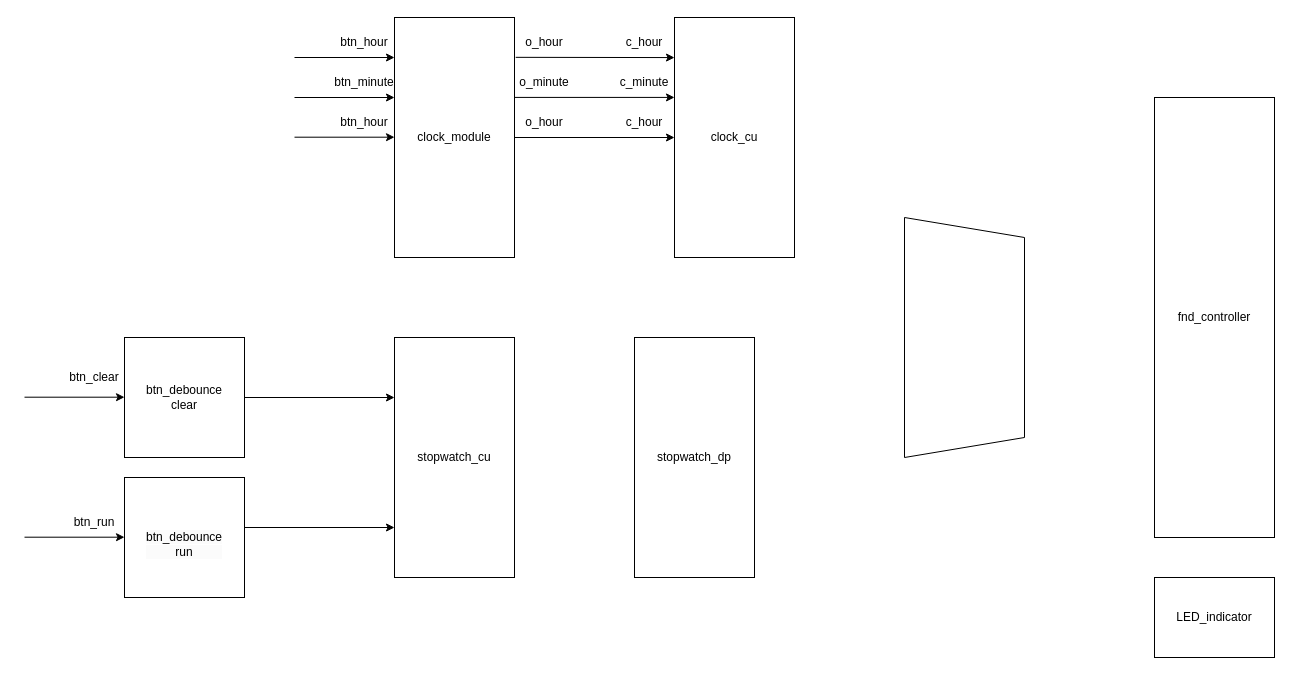
Before: stopwatch.drawio in Friday930/draw_io, a draw.io diagram. Source tidied: cells renumbered, new cells numbered last; positions are measured from the earlier drawing's top-left corner, leaving out a move shared by most shapes. Both pictures are drawn from the tidied source at 100%, with x=0, y=0 at pixel (24, 17).
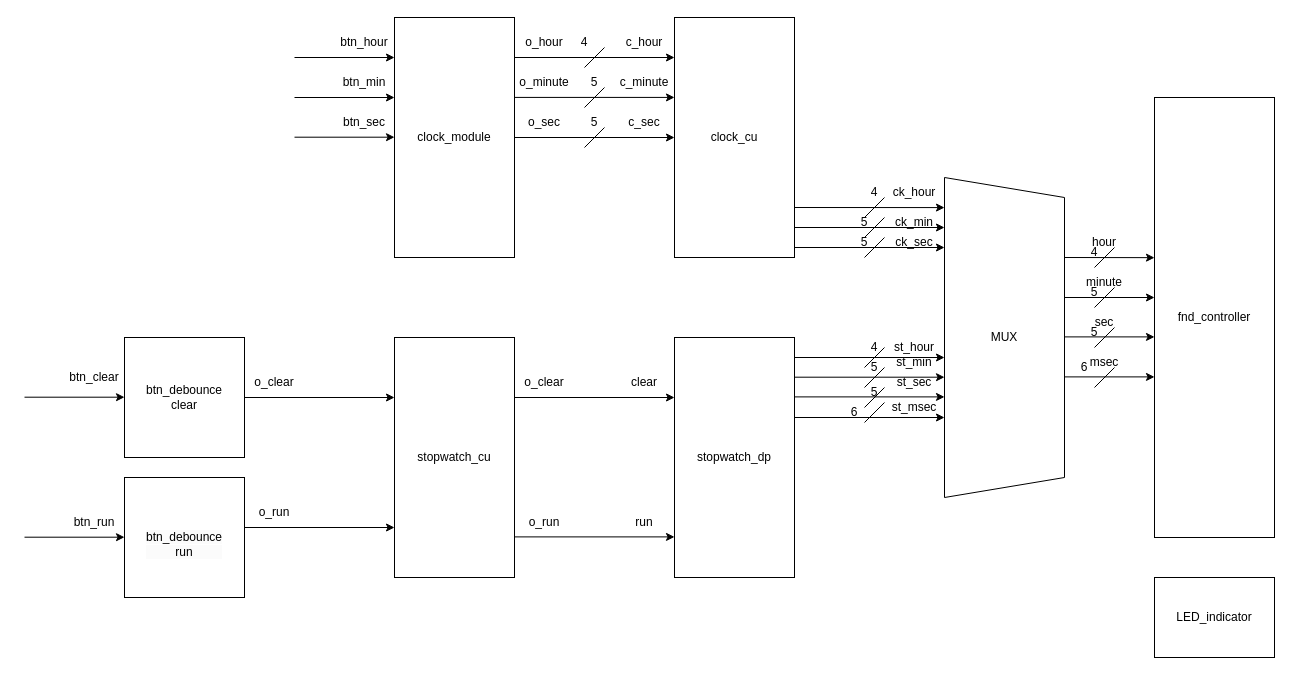
The same page after the edit.

The change refers to these unchanged cells:
```xml
<mxCell id="4" value="clock_module" style="rounded=0;whiteSpace=wrap;html=1;" parent="1" vertex="1">
  <mxGeometry x="370" width="120" height="240" as="geometry" />
</mxCell>
<mxCell id="6" value="clock_cu" style="rounded=0;whiteSpace=wrap;html=1;" parent="1" vertex="1">
  <mxGeometry x="650" width="120" height="240" as="geometry" />
</mxCell>
<mxCell id="9" value="fnd_controller" style="rounded=0;whiteSpace=wrap;html=1;" parent="1" vertex="1">
  <mxGeometry x="1130" y="80" width="120" height="440" as="geometry" />
</mxCell>
<mxCell id="29" value="c_hour" style="text;html=1;align=center;verticalAlign=middle;whiteSpace=wrap;rounded=0;" parent="1" vertex="1">
  <mxGeometry x="590" y="10" width="60" height="30" as="geometry" />
</mxCell>
```

What changed in the source:
```diff
@@
     <mxCell id="7" value="stopwatch_dp" style="rounded=0;whiteSpace=wrap;html=1;" parent="1" vertex="1">
-      <mxGeometry x="610" y="320" width="120" height="240" as="geometry" />
+      <mxGeometry x="650" y="320" width="120" height="240" as="geometry" />
     </mxCell>
     <mxCell id="8" style="shape=trapezoid;perimeter=trapezoidPerimeter;whiteSpace=wrap;html=1;fixedSize=1;rotation=90;" parent="1" vertex="1">
-      <mxGeometry x="820" y="260" width="240" height="120" as="geometry" />
+      <mxGeometry x="820" y="260" width="320" height="120" as="geometry" />
     </mxCell>
@@
-    <mxCell id="21" value="btn_minute" style="text;html=1;align=center;verticalAlign=middle;whiteSpace=wrap;rounded=0;" parent="1" vertex="1">
+    <mxCell id="21" value="btn_min" style="text;html=1;align=center;verticalAlign=middle;whiteSpace=wrap;rounded=0;" parent="1" vertex="1">
       <mxGeometry x="310" y="50" width="60" height="30" as="geometry" />
     </mxCell>
-    <mxCell id="22" value="btn_hour" style="text;html=1;align=center;verticalAlign=middle;whiteSpace=wrap;rounded=0;" parent="1" vertex="1">
+    <mxCell id="22" value="btn_sec" style="text;html=1;align=center;verticalAlign=middle;whiteSpace=wrap;rounded=0;" parent="1" vertex="1">
       <mxGeometry x="310" y="90" width="60" height="30" as="geometry" />
     </mxCell>
-    <mxCell id="23" style="endArrow=classic;html=1;rounded=0;entryX=0;entryY=0.167;entryDx=0;entryDy=0;entryPerimeter=0;exitX=1.01;exitY=0.166;exitDx=0;exitDy=0;exitPerimeter=0;" parent="1" edge="1" source="4" target="6">
-      <mxGeometry relative="1" as="geometry" />
-    </mxCell>
@@
-    <mxCell id="28" value="o_hour" style="text;html=1;align=center;verticalAlign=middle;whiteSpace=wrap;rounded=0;" parent="1" vertex="1">
+    <mxCell id="28" value="o_sec" style="text;html=1;align=center;verticalAlign=middle;whiteSpace=wrap;rounded=0;" parent="1" vertex="1">
       <mxGeometry x="490" y="90" width="60" height="30" as="geometry" />
     </mxCell>
@@
-    <mxCell id="31" value="c_hour" style="text;html=1;align=center;verticalAlign=middle;whiteSpace=wrap;rounded=0;" parent="1" vertex="1">
+    <mxCell id="31" value="c_sec" style="text;html=1;align=center;verticalAlign=middle;whiteSpace=wrap;rounded=0;" parent="1" vertex="1">
       <mxGeometry x="590" y="90" width="60" height="30" as="geometry" />
     </mxCell>
+    <mxCell id="32" value="o_clear" style="text;html=1;align=center;verticalAlign=middle;whiteSpace=wrap;rounded=0;" parent="1" vertex="1">
+      <mxGeometry x="220" y="350" width="60" height="30" as="geometry" />
+    </mxCell>
+    <mxCell id="33" value="o_run" style="text;html=1;align=center;verticalAlign=middle;whiteSpace=wrap;rounded=0;" parent="1" vertex="1">
+      <mxGeometry x="220" y="480" width="60" height="30" as="geometry" />
+    </mxCell>
+    <mxCell id="34" style="endArrow=classic;html=1;rounded=0;entryX=0;entryY=0.25;entryDx=0;entryDy=0;" parent="1" edge="1" target="7">
+      <mxGeometry relative="1" as="geometry">
+        <mxPoint x="490" y="380" as="sourcePoint" />
+      </mxGeometry>
+    </mxCell>
+    <mxCell id="35" style="endArrow=classic;html=1;rounded=0;entryX=0;entryY=0.25;entryDx=0;entryDy=0;" parent="1" edge="1">
+      <mxGeometry relative="1" as="geometry">
+        <mxPoint x="490" y="519.4" as="sourcePoint" />
+        <mxPoint x="650" y="519.4" as="targetPoint" />
+      </mxGeometry>
+    </mxCell>
+    <mxCell id="36" style="endArrow=classic;html=1;rounded=0;entryX=1;entryY=1;entryDx=0;entryDy=0;" parent="1" edge="1" target="29">
+      <mxGeometry relative="1" as="geometry">
+        <mxPoint x="490" y="40" as="sourcePoint" />
+      </mxGeometry>
+    </mxCell>
+    <mxCell id="37" value="o_clear" style="text;html=1;align=center;verticalAlign=middle;whiteSpace=wrap;rounded=0;" parent="1" vertex="1">
+      <mxGeometry x="490" y="350" width="60" height="30" as="geometry" />
+    </mxCell>
+    <mxCell id="38" value="o_run" style="text;html=1;align=center;verticalAlign=middle;whiteSpace=wrap;rounded=0;" parent="1" vertex="1">
+      <mxGeometry x="490" y="490" width="60" height="30" as="geometry" />
+    </mxCell>
+    <mxCell id="39" value="clear" style="text;html=1;align=center;verticalAlign=middle;whiteSpace=wrap;rounded=0;" parent="1" vertex="1">
+      <mxGeometry x="590" y="350" width="60" height="30" as="geometry" />
+    </mxCell>
+    <mxCell id="40" value="run" style="text;html=1;align=center;verticalAlign=middle;whiteSpace=wrap;rounded=0;" parent="1" vertex="1">
+      <mxGeometry x="590" y="490" width="60" height="30" as="geometry" />
+    </mxCell>
+    <mxCell id="41" style="endArrow=classic;html=1;rounded=0;entryX=0.094;entryY=1;entryDx=0;entryDy=0;entryPerimeter=0;" parent="1" edge="1" target="8">
+      <mxGeometry relative="1" as="geometry">
+        <mxPoint x="770" y="190" as="sourcePoint" />
+      </mxGeometry>
+    </mxCell>
+    <mxCell id="42" style="endArrow=classic;html=1;rounded=0;entryX=0.094;entryY=1;entryDx=0;entryDy=0;entryPerimeter=0;" parent="1" edge="1">
+      <mxGeometry relative="1" as="geometry">
+        <mxPoint x="770" y="210" as="sourcePoint" />
+        <mxPoint x="920" y="210" as="targetPoint" />
+      </mxGeometry>
+    </mxCell>
+    <mxCell id="43" style="endArrow=classic;html=1;rounded=0;entryX=0.094;entryY=1;entryDx=0;entryDy=0;entryPerimeter=0;" parent="1" edge="1">
+      <mxGeometry relative="1" as="geometry">
+        <mxPoint x="770" y="230" as="sourcePoint" />
+        <mxPoint x="920" y="230" as="targetPoint" />
+      </mxGeometry>
+    </mxCell>
+    <mxCell id="44" style="endArrow=classic;html=1;rounded=0;entryX=0.094;entryY=1;entryDx=0;entryDy=0;entryPerimeter=0;" parent="1" edge="1">
+      <mxGeometry relative="1" as="geometry">
+        <mxPoint x="770" y="340" as="sourcePoint" />
+        <mxPoint x="920" y="340" as="targetPoint" />
+      </mxGeometry>
+    </mxCell>
+    <mxCell id="45" style="endArrow=classic;html=1;rounded=0;entryX=0.094;entryY=1;entryDx=0;entryDy=0;entryPerimeter=0;" parent="1" edge="1">
+      <mxGeometry relative="1" as="geometry">
+        <mxPoint x="770" y="359.7" as="sourcePoint" />
+        <mxPoint x="920" y="359.7" as="targetPoint" />
+      </mxGeometry>
+    </mxCell>
+    <mxCell id="46" style="endArrow=classic;html=1;rounded=0;entryX=0.094;entryY=1;entryDx=0;entryDy=0;entryPerimeter=0;" parent="1" edge="1">
+      <mxGeometry relative="1" as="geometry">
+        <mxPoint x="770" y="379.4" as="sourcePoint" />
+        <mxPoint x="920" y="379.4" as="targetPoint" />
+      </mxGeometry>
+    </mxCell>
+    <mxCell id="47" style="endArrow=classic;html=1;rounded=0;entryX=0.094;entryY=1;entryDx=0;entryDy=0;entryPerimeter=0;" parent="1" edge="1">
+      <mxGeometry relative="1" as="geometry">
+        <mxPoint x="770" y="400" as="sourcePoint" />
+        <mxPoint x="920" y="400" as="targetPoint" />
+      </mxGeometry>
+    </mxCell>
+    <mxCell id="48" value="ck_hour" style="text;html=1;align=center;verticalAlign=middle;whiteSpace=wrap;rounded=0;" parent="1" vertex="1">
+      <mxGeometry x="860" y="160" width="60" height="30" as="geometry" />
+    </mxCell>
+    <mxCell id="49" value="ck_min" style="text;html=1;align=center;verticalAlign=middle;whiteSpace=wrap;rounded=0;" parent="1" vertex="1">
+      <mxGeometry x="860" y="190" width="60" height="30" as="geometry" />
+    </mxCell>
+    <mxCell id="50" value="ck_sec" style="text;html=1;align=center;verticalAlign=middle;whiteSpace=wrap;rounded=0;" parent="1" vertex="1">
+      <mxGeometry x="860" y="210" width="60" height="30" as="geometry" />
+    </mxCell>
+    <mxCell id="51" value="st_hour" style="text;html=1;align=center;verticalAlign=middle;whiteSpace=wrap;rounded=0;" parent="1" vertex="1">
+      <mxGeometry x="860" y="315" width="60" height="30" as="geometry" />
+    </mxCell>
+    <mxCell id="52" value="st_min" style="text;html=1;align=center;verticalAlign=middle;whiteSpace=wrap;rounded=0;" parent="1" vertex="1">
+      <mxGeometry x="860" y="330" width="60" height="30" as="geometry" />
+    </mxCell>
+    <mxCell id="53" value="st_sec" style="text;html=1;align=center;verticalAlign=middle;whiteSpace=wrap;rounded=0;" parent="1" vertex="1">
+      <mxGeometry x="860" y="350" width="60" height="30" as="geometry" />
+    </mxCell>
+    <mxCell id="54" value="st_msec" style="text;html=1;align=center;verticalAlign=middle;whiteSpace=wrap;rounded=0;" parent="1" vertex="1">
+      <mxGeometry x="860" y="375" width="60" height="30" as="geometry" />
+    </mxCell>
+    <mxCell id="55" value="MUX" style="text;html=1;align=center;verticalAlign=middle;whiteSpace=wrap;rounded=0;" parent="1" vertex="1">
+      <mxGeometry x="950" y="305" width="60" height="30" as="geometry" />
+    </mxCell>
+    <mxCell id="56" style="endArrow=classic;html=1;rounded=0;entryX=0;entryY=0.364;entryDx=0;entryDy=0;entryPerimeter=0;" parent="1" edge="1" target="9">
+      <mxGeometry relative="1" as="geometry">
+        <mxPoint x="1040" y="240" as="sourcePoint" />
+      </mxGeometry>
+    </mxCell>
+    <mxCell id="57" style="endArrow=classic;html=1;rounded=0;entryX=0;entryY=0.364;entryDx=0;entryDy=0;entryPerimeter=0;" parent="1" edge="1">
+      <mxGeometry relative="1" as="geometry">
+        <mxPoint x="1040" y="280" as="sourcePoint" />
+        <mxPoint x="1130" y="280" as="targetPoint" />
+      </mxGeometry>
+    </mxCell>
+    <mxCell id="58" style="endArrow=classic;html=1;rounded=0;entryX=0;entryY=0.364;entryDx=0;entryDy=0;entryPerimeter=0;" parent="1" edge="1">
+      <mxGeometry relative="1" as="geometry">
+        <mxPoint x="1040" y="319.4" as="sourcePoint" />
+        <mxPoint x="1130" y="319.4" as="targetPoint" />
+      </mxGeometry>
+    </mxCell>
+    <mxCell id="59" style="endArrow=classic;html=1;rounded=0;entryX=0;entryY=0.364;entryDx=0;entryDy=0;entryPerimeter=0;" parent="1" edge="1">
+      <mxGeometry relative="1" as="geometry">
+        <mxPoint x="1040" y="359.4" as="sourcePoint" />
+        <mxPoint x="1130" y="359.4" as="targetPoint" />
+      </mxGeometry>
+    </mxCell>
+    <mxCell id="60" value="hour" style="text;html=1;align=center;verticalAlign=middle;whiteSpace=wrap;rounded=0;" parent="1" vertex="1">
+      <mxGeometry x="1050" y="210" width="60" height="30" as="geometry" />
+    </mxCell>
+    <mxCell id="61" value="minute" style="text;html=1;align=center;verticalAlign=middle;whiteSpace=wrap;rounded=0;" parent="1" vertex="1">
+      <mxGeometry x="1050" y="250" width="60" height="30" as="geometry" />
+    </mxCell>
+    <mxCell id="62" value="sec" style="text;html=1;align=center;verticalAlign=middle;whiteSpace=wrap;rounded=0;" parent="1" vertex="1">
+      <mxGeometry x="1050" y="290" width="60" height="30" as="geometry" />
+    </mxCell>
+    <mxCell id="63" value="msec" style="text;html=1;align=center;verticalAlign=middle;whiteSpace=wrap;rounded=0;" parent="1" vertex="1">
+      <mxGeometry x="1050" y="330" width="60" height="30" as="geometry" />
+    </mxCell>
+    <mxCell id="64" style="endArrow=none;html=1;rounded=0;" parent="1" edge="1">
+      <mxGeometry relative="1" as="geometry">
+        <mxPoint x="840" y="200" as="sourcePoint" />
+        <mxPoint x="860" y="180" as="targetPoint" />
+      </mxGeometry>
+    </mxCell>
+    <mxCell id="65" style="endArrow=none;html=1;rounded=0;" parent="1" edge="1">
+      <mxGeometry relative="1" as="geometry">
+        <mxPoint x="840" y="220" as="sourcePoint" />
+        <mxPoint x="860" y="200" as="targetPoint" />
+      </mxGeometry>
+    </mxCell>
+    <mxCell id="66" style="endArrow=none;html=1;rounded=0;" parent="1" edge="1">
+      <mxGeometry relative="1" as="geometry">
+        <mxPoint x="840" y="240" as="sourcePoint" />
+        <mxPoint x="860" y="220" as="targetPoint" />
+      </mxGeometry>
+    </mxCell>
+    <mxCell id="67" style="endArrow=none;html=1;rounded=0;" parent="1" edge="1">
+      <mxGeometry relative="1" as="geometry">
+        <mxPoint x="840" y="350" as="sourcePoint" />
+        <mxPoint x="860" y="330" as="targetPoint" />
+      </mxGeometry>
+    </mxCell>
+    <mxCell id="68" style="endArrow=none;html=1;rounded=0;" parent="1" edge="1">
+      <mxGeometry relative="1" as="geometry">
+        <mxPoint x="840" y="370" as="sourcePoint" />
+        <mxPoint x="860" y="350" as="targetPoint" />
+      </mxGeometry>
+    </mxCell>
+    <mxCell id="69" style="endArrow=none;html=1;rounded=0;" parent="1" edge="1">
+      <mxGeometry relative="1" as="geometry">
+        <mxPoint x="840" y="390" as="sourcePoint" />
+        <mxPoint x="860" y="370" as="targetPoint" />
+      </mxGeometry>
+    </mxCell>
+    <mxCell id="70" style="endArrow=none;html=1;rounded=0;" parent="1" edge="1">
+      <mxGeometry relative="1" as="geometry">
+        <mxPoint x="840" y="405" as="sourcePoint" />
+        <mxPoint x="860" y="385" as="targetPoint" />
+      </mxGeometry>
+    </mxCell>
+    <mxCell id="71" style="endArrow=none;html=1;rounded=0;" parent="1" edge="1">
+      <mxGeometry relative="1" as="geometry">
+        <mxPoint x="1070" y="250" as="sourcePoint" />
+        <mxPoint x="1090" y="230" as="targetPoint" />
+      </mxGeometry>
+    </mxCell>
+    <mxCell id="72" style="endArrow=none;html=1;rounded=0;" parent="1" edge="1">
+      <mxGeometry relative="1" as="geometry">
+        <mxPoint x="1070" y="290" as="sourcePoint" />
+        <mxPoint x="1090" y="270" as="targetPoint" />
+      </mxGeometry>
+    </mxCell>
+    <mxCell id="73" style="endArrow=none;html=1;rounded=0;" parent="1" edge="1">
+      <mxGeometry relative="1" as="geometry">
+        <mxPoint x="1070" y="330" as="sourcePoint" />
+        <mxPoint x="1090" y="310" as="targetPoint" />
+      </mxGeometry>
+    </mxCell>
+    <mxCell id="74" style="endArrow=none;html=1;rounded=0;" parent="1" edge="1">
+      <mxGeometry relative="1" as="geometry">
+        <mxPoint x="1070" y="370" as="sourcePoint" />
+        <mxPoint x="1090" y="350" as="targetPoint" />
+      </mxGeometry>
+    </mxCell>
+    <mxCell id="75" value="4" style="text;html=1;align=center;verticalAlign=middle;whiteSpace=wrap;rounded=0;" parent="1" vertex="1">
+      <mxGeometry x="820" y="160" width="60" height="30" as="geometry" />
+    </mxCell>
+    <mxCell id="76" value="5" style="text;html=1;align=center;verticalAlign=middle;whiteSpace=wrap;rounded=0;" parent="1" vertex="1">
+      <mxGeometry x="810" y="190" width="60" height="30" as="geometry" />
+    </mxCell>
+    <mxCell id="77" value="5" style="text;html=1;align=center;verticalAlign=middle;whiteSpace=wrap;rounded=0;" parent="1" vertex="1">
+      <mxGeometry x="810" y="210" width="60" height="30" as="geometry" />
+    </mxCell>
+    <mxCell id="78" value="4" style="text;html=1;align=center;verticalAlign=middle;whiteSpace=wrap;rounded=0;" parent="1" vertex="1">
+      <mxGeometry x="820" y="315" width="60" height="30" as="geometry" />
+    </mxCell>
+    <mxCell id="79" value="4" style="text;html=1;align=center;verticalAlign=middle;whiteSpace=wrap;rounded=0;" parent="1" vertex="1">
+      <mxGeometry x="1040" y="220" width="60" height="30" as="geometry" />
+    </mxCell>
+    <mxCell id="80" value="5" style="text;html=1;align=center;verticalAlign=middle;whiteSpace=wrap;rounded=0;" parent="1" vertex="1">
+      <mxGeometry x="820" y="335" width="60" height="30" as="geometry" />
+    </mxCell>
+    <mxCell id="81" value="5" style="text;html=1;align=center;verticalAlign=middle;whiteSpace=wrap;rounded=0;" parent="1" vertex="1">
+      <mxGeometry x="820" y="360" width="60" height="30" as="geometry" />
+    </mxCell>
+    <mxCell id="82" value="5" style="text;html=1;align=center;verticalAlign=middle;whiteSpace=wrap;rounded=0;" parent="1" vertex="1">
+      <mxGeometry x="1040" y="260" width="60" height="30" as="geometry" />
+    </mxCell>
+    <mxCell id="83" value="5" style="text;html=1;align=center;verticalAlign=middle;whiteSpace=wrap;rounded=0;" parent="1" vertex="1">
+      <mxGeometry x="1040" y="300" width="60" height="30" as="geometry" />
+    </mxCell>
+    <mxCell id="84" value="6" style="text;html=1;align=center;verticalAlign=middle;whiteSpace=wrap;rounded=0;" parent="1" vertex="1">
+      <mxGeometry x="1030" y="335" width="60" height="30" as="geometry" />
+    </mxCell>
+    <mxCell id="85" value="6" style="text;html=1;align=center;verticalAlign=middle;whiteSpace=wrap;rounded=0;" parent="1" vertex="1">
+      <mxGeometry x="800" y="380" width="60" height="30" as="geometry" />
+    </mxCell>
+    <mxCell id="86" style="endArrow=none;html=1;rounded=0;" parent="1" edge="1">
+      <mxGeometry relative="1" as="geometry">
+        <mxPoint x="560" y="50" as="sourcePoint" />
+        <mxPoint x="580" y="30" as="targetPoint" />
+      </mxGeometry>
+    </mxCell>
+    <mxCell id="87" style="endArrow=none;html=1;rounded=0;" parent="1" edge="1">
+      <mxGeometry relative="1" as="geometry">
+        <mxPoint x="560" y="90" as="sourcePoint" />
+        <mxPoint x="580" y="70" as="targetPoint" />
+      </mxGeometry>
+    </mxCell>
+    <mxCell id="88" style="endArrow=none;html=1;rounded=0;" parent="1" edge="1">
+      <mxGeometry relative="1" as="geometry">
+        <mxPoint x="560" y="130" as="sourcePoint" />
+        <mxPoint x="580" y="110" as="targetPoint" />
+      </mxGeometry>
+    </mxCell>
+    <mxCell id="89" value="4" style="text;html=1;align=center;verticalAlign=middle;whiteSpace=wrap;rounded=0;" parent="1" vertex="1">
+      <mxGeometry x="530" y="10" width="60" height="30" as="geometry" />
+    </mxCell>
+    <mxCell id="90" value="5" style="text;html=1;align=center;verticalAlign=middle;whiteSpace=wrap;rounded=0;" parent="1" vertex="1">
+      <mxGeometry x="540" y="50" width="60" height="30" as="geometry" />
+    </mxCell>
+    <mxCell id="91" value="5" style="text;html=1;align=center;verticalAlign=middle;whiteSpace=wrap;rounded=0;" parent="1" vertex="1">
+      <mxGeometry x="540" y="90" width="60" height="30" as="geometry" />
+    </mxCell>
```
